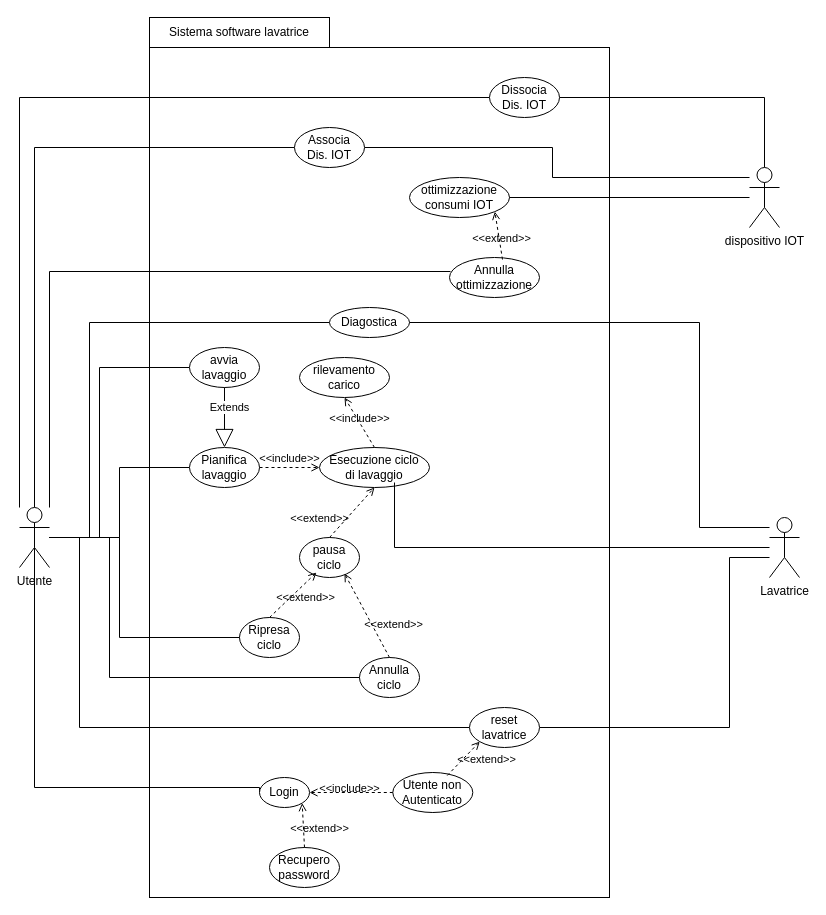
The draw.io diagram content/use.drawio in uni-aca100/ing-proj, before the edit. Source tidied: cells renumbered, new cells numbered last; positions are measured from the earlier drawing's top-left corner, leaving out a move shared by most shapes. Both pictures are drawn from the tidied source at 100%, with x=0, y=0 at pixel (19, 17).
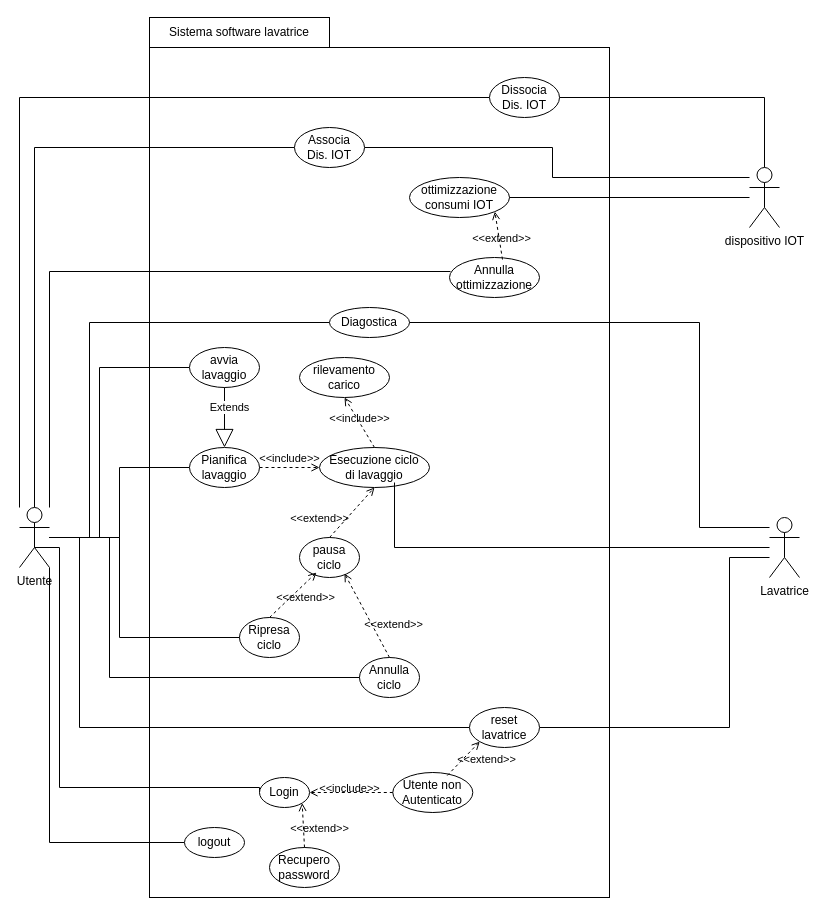
After the change.

Commit message (it also covers changes not shown here):
add logout use case and remove notification

Unchanged cells that the change refers to:
```xml
<mxCell id="20" value="Utente" style="shape=umlActor;verticalLabelPosition=bottom;verticalAlign=top;html=1;" parent="1" vertex="1">
  <mxGeometry y="490" width="30" height="60" as="geometry" />
</mxCell>
<mxCell id="43" value="Login" style="ellipse;whiteSpace=wrap;html=1;" parent="1" vertex="1">
  <mxGeometry x="240" y="760" width="50" height="30" as="geometry" />
</mxCell>
```

What changed in the source:
```diff
@@
     <mxCell id="19" style="edgeStyle=orthogonalEdgeStyle;rounded=0;jettySize=auto;html=1;entryX=0;entryY=0.5;entryDx=0;entryDy=0;endArrow=none;endFill=0;" parent="1" edge="1" target="43">
       <mxGeometry relative="1" as="geometry">
         <mxPoint x="15" y="530" as="sourcePoint" />
         <Array as="points">
-          <mxPoint x="15" y="770" />
+          <mxPoint x="40" y="530" />
+          <mxPoint x="40" y="770" />
+          <mxPoint x="240" y="770" />
         </Array>
       </mxGeometry>
     </mxCell>
+    <mxCell id="49" style="edgeStyle=orthogonalEdgeStyle;rounded=0;jettySize=auto;html=1;entryX=0;entryY=0.5;entryDx=0;entryDy=0;endArrow=none;endFill=0;" parent="1" edge="1" source="20" target="50">
+      <mxGeometry relative="1" as="geometry">
+        <Array as="points">
+          <mxPoint x="30" y="825" />
+        </Array>
+      </mxGeometry>
+    </mxCell>
@@
+    <mxCell id="50" value="logout" style="ellipse;whiteSpace=wrap;html=1;" parent="1" vertex="1">
+      <mxGeometry x="165" y="810" width="60" height="30" as="geometry" />
+    </mxCell>
```
